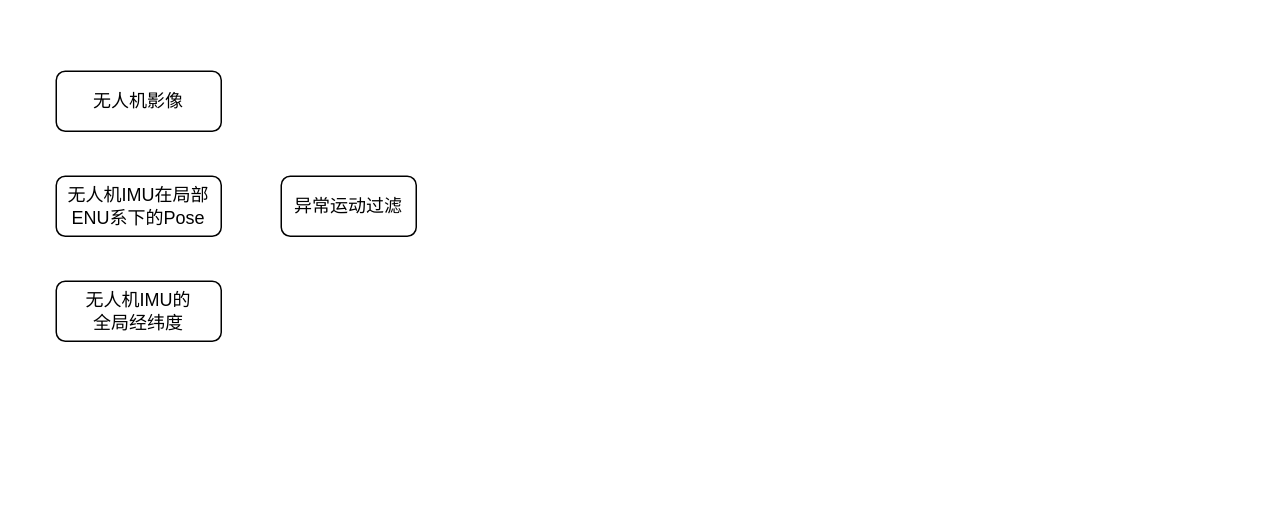
zzywhu/drawio keeps this draw.io diagram as mligo/imav.drawio. Above is the earlier version. Source tidied: cells renumbered, new cells numbered last; positions are measured from the earlier drawing's top-left corner, leaving out a move shared by most shapes. Both pictures are drawn from the tidied source at 150%, with x=0, y=0 at pixel (56, 70).
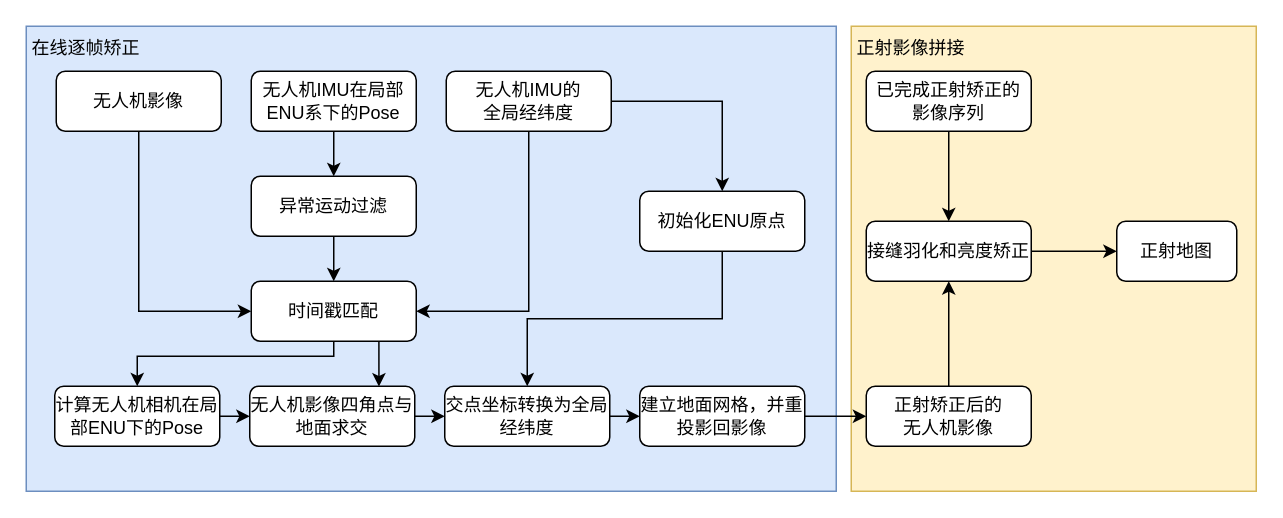
After the change.

The change refers to these unchanged cells:
```xml
<mxCell id="2" value="无人机影像" style="rounded=1;whiteSpace=wrap;html=1;" parent="1" vertex="1">
  <mxGeometry width="110" height="40" as="geometry" />
</mxCell>
```

The edit, as a diff of the source:
```diff
@@
+    <mxCell id="6" style="rounded=0;whiteSpace=wrap;html=1;fillColor=#fff2cc;strokeColor=#d6b656;" parent="1" vertex="1">
+      <mxGeometry x="530" y="-30" width="270" height="310" as="geometry" />
+    </mxCell>
+    <mxCell id="7" style="rounded=0;whiteSpace=wrap;html=1;fillColor=#dae8fc;strokeColor=#6c8ebf;" parent="1" vertex="1">
+      <mxGeometry x="-20" y="-30" width="540" height="310" as="geometry" />
+    </mxCell>
+    <mxCell id="8" style="edgeStyle=orthogonalEdgeStyle;rounded=0;jettySize=auto;html=1;exitX=0.5;exitY=1;exitDx=0;exitDy=0;entryX=0;entryY=0.5;entryDx=0;entryDy=0;" parent="1" edge="1" source="2" target="15">
+      <mxGeometry relative="1" as="geometry" />
+    </mxCell>
@@
+    <mxCell id="9" style="edgeStyle=orthogonalEdgeStyle;rounded=0;jettySize=auto;html=1;exitX=0.5;exitY=1;exitDx=0;exitDy=0;entryX=0.5;entryY=0;entryDx=0;entryDy=0;" parent="1" edge="1" source="3" target="5">
+      <mxGeometry relative="1" as="geometry" />
+    </mxCell>
     <mxCell id="3" value="无人机IMU在局部ENU系下的Pose" style="rounded=1;whiteSpace=wrap;html=1;" parent="1" vertex="1">
-      <mxGeometry y="70" width="110" height="40" as="geometry" />
+      <mxGeometry x="130" width="110" height="40" as="geometry" />
     </mxCell>
+    <mxCell id="10" style="edgeStyle=orthogonalEdgeStyle;rounded=0;jettySize=auto;html=1;exitX=0.5;exitY=1;exitDx=0;exitDy=0;entryX=1;entryY=0.5;entryDx=0;entryDy=0;" parent="1" edge="1" source="4" target="15">
+      <mxGeometry relative="1" as="geometry" />
+    </mxCell>
+    <mxCell id="11" style="edgeStyle=orthogonalEdgeStyle;rounded=0;jettySize=auto;html=1;exitX=1;exitY=0.5;exitDx=0;exitDy=0;entryX=0.5;entryY=0;entryDx=0;entryDy=0;" parent="1" edge="1" source="4" target="17">
+      <mxGeometry relative="1" as="geometry" />
+    </mxCell>
     <mxCell id="4" value="无人机IMU的&lt;div&gt;全局经纬度&lt;/div&gt;" style="rounded=1;whiteSpace=wrap;html=1;" parent="1" vertex="1">
-      <mxGeometry y="140" width="110" height="40" as="geometry" />
+      <mxGeometry x="260" width="110" height="40" as="geometry" />
     </mxCell>
+    <mxCell id="12" style="edgeStyle=orthogonalEdgeStyle;rounded=0;jettySize=auto;html=1;exitX=0.5;exitY=1;exitDx=0;exitDy=0;entryX=0.5;entryY=0;entryDx=0;entryDy=0;" parent="1" edge="1" source="5" target="15">
+      <mxGeometry relative="1" as="geometry" />
+    </mxCell>
     <mxCell id="5" value="异常运动过滤" style="rounded=1;whiteSpace=wrap;html=1;" parent="1" vertex="1">
-      <mxGeometry x="150" y="70" width="90" height="40" as="geometry" />
+      <mxGeometry x="130" y="70" width="110" height="40" as="geometry" />
     </mxCell>
+    <mxCell id="13" style="edgeStyle=orthogonalEdgeStyle;rounded=0;jettySize=auto;html=1;exitX=0.5;exitY=1;exitDx=0;exitDy=0;entryX=0.5;entryY=0;entryDx=0;entryDy=0;" parent="1" edge="1" source="15" target="19">
+      <mxGeometry relative="1" as="geometry">
+        <Array as="points">
+          <mxPoint x="185" y="190" />
+          <mxPoint x="54" y="190" />
+        </Array>
+      </mxGeometry>
+    </mxCell>
+    <mxCell id="14" style="edgeStyle=orthogonalEdgeStyle;rounded=0;jettySize=auto;html=1;exitX=0.75;exitY=1;exitDx=0;exitDy=0;entryX=0.783;entryY=0.005;entryDx=0;entryDy=0;entryPerimeter=0;" parent="1" edge="1" source="15" target="21">
+      <mxGeometry relative="1" as="geometry" />
+    </mxCell>
+    <mxCell id="15" value="时间戳匹配" style="rounded=1;whiteSpace=wrap;html=1;" parent="1" vertex="1">
+      <mxGeometry x="130" y="140" width="110" height="40" as="geometry" />
+    </mxCell>
+    <mxCell id="16" style="edgeStyle=orthogonalEdgeStyle;rounded=0;jettySize=auto;html=1;exitX=0.5;exitY=1;exitDx=0;exitDy=0;entryX=0.5;entryY=0;entryDx=0;entryDy=0;" parent="1" edge="1" source="17" target="23">
+      <mxGeometry relative="1" as="geometry" />
+    </mxCell>
+    <mxCell id="17" value="初始化ENU原点" style="rounded=1;whiteSpace=wrap;html=1;" parent="1" vertex="1">
+      <mxGeometry x="389" y="80" width="110" height="40" as="geometry" />
+    </mxCell>
+    <mxCell id="18" style="edgeStyle=orthogonalEdgeStyle;rounded=0;jettySize=auto;html=1;exitX=1;exitY=0.5;exitDx=0;exitDy=0;entryX=0;entryY=0.5;entryDx=0;entryDy=0;" parent="1" edge="1" source="19" target="21">
+      <mxGeometry relative="1" as="geometry" />
+    </mxCell>
+    <mxCell id="19" value="计算无人机相机在局部ENU下的Pose" style="rounded=1;whiteSpace=wrap;html=1;" parent="1" vertex="1">
+      <mxGeometry x="-1" y="210" width="110" height="40" as="geometry" />
+    </mxCell>
+    <mxCell id="20" style="edgeStyle=orthogonalEdgeStyle;rounded=0;jettySize=auto;html=1;exitX=1;exitY=0.5;exitDx=0;exitDy=0;entryX=0;entryY=0.5;entryDx=0;entryDy=0;" parent="1" edge="1" source="21" target="23">
+      <mxGeometry relative="1" as="geometry" />
+    </mxCell>
+    <mxCell id="21" value="无人机影像四角点与地面求交" style="rounded=1;whiteSpace=wrap;html=1;" parent="1" vertex="1">
+      <mxGeometry x="129" y="210" width="110" height="40" as="geometry" />
+    </mxCell>
+    <mxCell id="22" style="edgeStyle=orthogonalEdgeStyle;rounded=0;jettySize=auto;html=1;exitX=1;exitY=0.5;exitDx=0;exitDy=0;entryX=0;entryY=0.5;entryDx=0;entryDy=0;" parent="1" edge="1" source="23" target="25">
+      <mxGeometry relative="1" as="geometry" />
+    </mxCell>
+    <mxCell id="23" value="交点坐标转换为全局经纬度" style="rounded=1;whiteSpace=wrap;html=1;" parent="1" vertex="1">
+      <mxGeometry x="259" y="210" width="110" height="40" as="geometry" />
+    </mxCell>
+    <mxCell id="24" style="edgeStyle=orthogonalEdgeStyle;rounded=0;jettySize=auto;html=1;exitX=1;exitY=0.5;exitDx=0;exitDy=0;entryX=0;entryY=0.5;entryDx=0;entryDy=0;" parent="1" edge="1" source="25" target="27">
+      <mxGeometry relative="1" as="geometry" />
+    </mxCell>
+    <mxCell id="25" value="建立地面网格，并重投影回影像" style="rounded=1;whiteSpace=wrap;html=1;" parent="1" vertex="1">
+      <mxGeometry x="389" y="210" width="110" height="40" as="geometry" />
+    </mxCell>
+    <mxCell id="26" style="edgeStyle=orthogonalEdgeStyle;rounded=0;jettySize=auto;html=1;exitX=0.5;exitY=0;exitDx=0;exitDy=0;entryX=0.5;entryY=1;entryDx=0;entryDy=0;" parent="1" edge="1" source="27" target="31">
+      <mxGeometry relative="1" as="geometry" />
+    </mxCell>
+    <mxCell id="27" value="正射矫正后的&lt;div&gt;无人机影像&lt;/div&gt;" style="rounded=1;whiteSpace=wrap;html=1;" parent="1" vertex="1">
+      <mxGeometry x="540" y="210" width="110" height="40" as="geometry" />
+    </mxCell>
+    <mxCell id="28" style="edgeStyle=orthogonalEdgeStyle;rounded=0;jettySize=auto;html=1;exitX=0.5;exitY=1;exitDx=0;exitDy=0;entryX=0.5;entryY=0;entryDx=0;entryDy=0;" parent="1" edge="1" source="29" target="31">
+      <mxGeometry relative="1" as="geometry" />
+    </mxCell>
+    <mxCell id="29" value="已完成正射矫正的&lt;div&gt;影像序列&lt;/div&gt;" style="rounded=1;whiteSpace=wrap;html=1;" parent="1" vertex="1">
+      <mxGeometry x="540" width="110" height="40" as="geometry" />
+    </mxCell>
+    <mxCell id="30" style="edgeStyle=orthogonalEdgeStyle;rounded=0;jettySize=auto;html=1;exitX=1;exitY=0.5;exitDx=0;exitDy=0;entryX=0;entryY=0.5;entryDx=0;entryDy=0;" parent="1" edge="1" source="31" target="32">
+      <mxGeometry relative="1" as="geometry" />
+    </mxCell>
+    <mxCell id="31" value="接缝羽化和亮度矫正" style="rounded=1;whiteSpace=wrap;html=1;" parent="1" vertex="1">
+      <mxGeometry x="540" y="100" width="110" height="40" as="geometry" />
+    </mxCell>
+    <mxCell id="32" value="正射地图" style="rounded=1;whiteSpace=wrap;html=1;" parent="1" vertex="1">
+      <mxGeometry x="707" y="100" width="80" height="40" as="geometry" />
+    </mxCell>
+    <mxCell id="33" value="在线逐帧矫正" style="text;html=1;whiteSpace=wrap;strokeColor=none;fillColor=none;align=center;verticalAlign=middle;rounded=0;" parent="1" vertex="1">
+      <mxGeometry x="-20" y="-30" width="80" height="30" as="geometry" />
+    </mxCell>
+    <mxCell id="34" value="正射影像拼接" style="text;html=1;whiteSpace=wrap;strokeColor=none;fillColor=none;align=center;verticalAlign=middle;rounded=0;" parent="1" vertex="1">
+      <mxGeometry x="530" y="-30" width="80" height="30" as="geometry" />
+    </mxCell>
```
